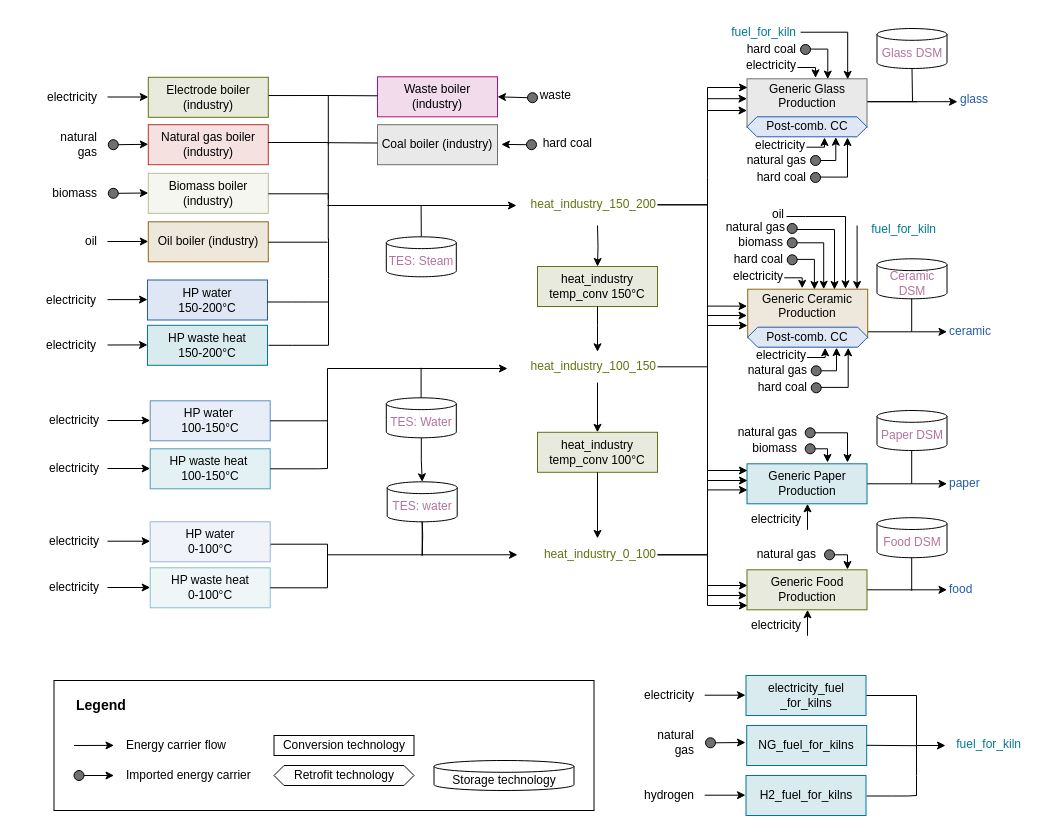
The draw.io diagram page "Industries" (14 of 15) of data/outputs/figures/drawio/sector_diagram_detailed_HG_v2_8.drawio in hangoe/ZEN-models, before the edit. Source tidied: cells renumbered, new cells numbered last; positions are measured from the earlier drawing's top-left corner, leaving out a move shared by most shapes. Both pictures are drawn from the tidied source at 100%, with x=0, y=0 at pixel (17, 17).
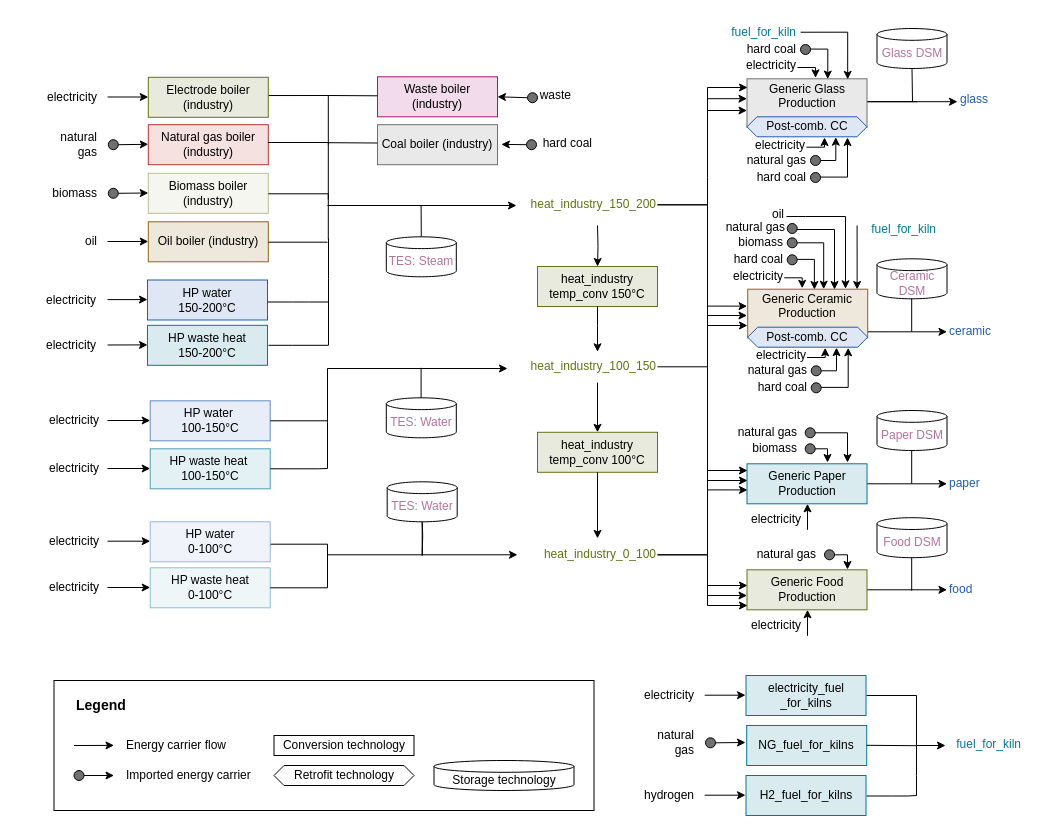
The same page after the edit.

Unchanged cells that the change refers to:
```xml
<mxCell id="93" value="&lt;span style=&quot;color: rgb(181, 115, 157);&quot;&gt;TES: Water&lt;/span&gt;" style="shape=cylinder3;whiteSpace=wrap;html=1;boundedLbl=1;backgroundOutline=1;size=5.904785156250057;fontFamily=Arial;" parent="1" vertex="1">
  <mxGeometry x="368.8" y="380.3" width="70" height="40" as="geometry" />
</mxCell>
```

What changed in the source:
```diff
@@
-    <mxCell id="92" style="edgeStyle=orthogonalEdgeStyle;rounded=0;jettySize=auto;html=1;" parent="1" edge="1" source="93" target="96">
-      <mxGeometry relative="1" as="geometry" />
-    </mxCell>
@@
-    <mxCell id="96" value="&lt;span style=&quot;color: rgb(181, 115, 157);&quot;&gt;TES: water&lt;/span&gt;" style="shape=cylinder3;whiteSpace=wrap;html=1;boundedLbl=1;backgroundOutline=1;size=5.904785156250057;fontFamily=Arial;" parent="1" vertex="1">
+    <mxCell id="96" value="&lt;span style=&quot;color: rgb(181, 115, 157);&quot;&gt;TES: Water&lt;/span&gt;" style="shape=cylinder3;whiteSpace=wrap;html=1;boundedLbl=1;backgroundOutline=1;size=5.904785156250057;fontFamily=Arial;" parent="1" vertex="1">
       <mxGeometry x="369.7" y="464.3" width="70" height="40" as="geometry" />
     </mxCell>
```
